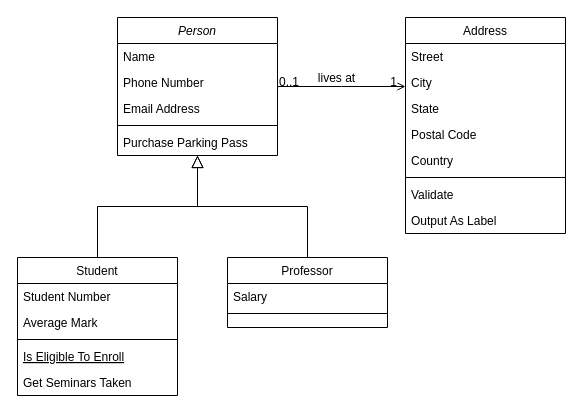
This is Untitled Diagram.drawio from massonrc/Storefront-Project, a draw.io file, before an edit. Source tidied: cells renumbered, new cells numbered last; positions are measured from the earlier drawing's top-left corner, leaving out a move shared by most shapes. Both pictures are drawn from the tidied source at 100%, with x=0, y=0 at pixel (17, 17).
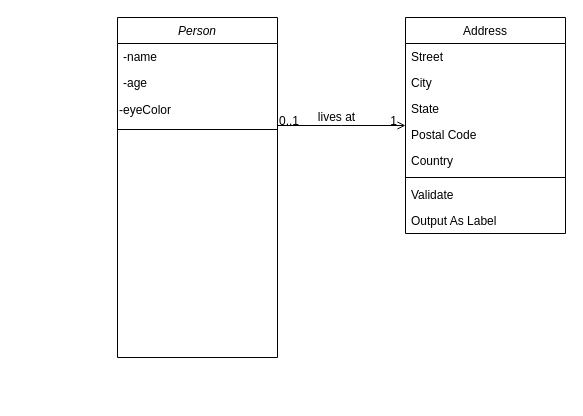
Above is the later version.

Commit message:
Person Class

The edit, as a diff of the source:
```diff
@@
     <mxCell id="2" value="Person" style="swimlane;fontStyle=2;align=center;verticalAlign=top;horizontal=1;startSize=26;rounded=0;shadow=0;strokeWidth=1;" parent="1" vertex="1">
-      <mxGeometry x="100" width="160" height="138" as="geometry" />
+      <mxGeometry x="100" width="160" height="340" as="geometry" />
     </mxCell>
-    <mxCell id="3" value="Name" style="text;align=left;verticalAlign=top;spacingLeft=4;spacingRight=4;overflow=hidden;" parent="2" vertex="1">
+    <mxCell id="3" value="-name" style="text;align=left;verticalAlign=top;spacingLeft=4;spacingRight=4;overflow=hidden;" parent="2" vertex="1">
       <mxGeometry y="26" width="160" height="26" as="geometry" />
     </mxCell>
-    <mxCell id="4" value="Phone Number" style="text;align=left;verticalAlign=top;spacingLeft=4;spacingRight=4;overflow=hidden;rounded=0;shadow=0;html=0;" parent="2" vertex="1">
+    <mxCell id="4" value="-age" style="text;align=left;verticalAlign=top;spacingLeft=4;spacingRight=4;overflow=hidden;rounded=0;shadow=0;html=0;" parent="2" vertex="1">
       <mxGeometry y="52" width="160" height="26" as="geometry" />
     </mxCell>
-    <mxCell id="5" value="Email Address" style="text;align=left;verticalAlign=top;spacingLeft=4;spacingRight=4;overflow=hidden;rounded=0;shadow=0;html=0;" parent="2" vertex="1">
-      <mxGeometry y="78" width="160" height="26" as="geometry" />
-    </mxCell>
+    <mxCell id="32" value="&lt;div align=&quot;left&quot;&gt;-eyeColor&lt;/div&gt;" style="text;strokeColor=none;align=left;fillColor=none;html=1;verticalAlign=middle;whiteSpace=wrap;rounded=0;" parent="2" vertex="1">
+      <mxGeometry y="78" width="160" height="30" as="geometry" />
+    </mxCell>
     <mxCell id="6" style="line;html=1;strokeWidth=1;align=left;verticalAlign=middle;spacingTop=-1;spacingLeft=3;spacingRight=3;labelPosition=right;" parent="2" vertex="1">
-      <mxGeometry y="104" width="160" height="8" as="geometry" />
+      <mxGeometry y="108" width="160" height="8" as="geometry" />
     </mxCell>
-    <mxCell id="7" value="Purchase Parking Pass" style="text;align=left;verticalAlign=top;spacingLeft=4;spacingRight=4;overflow=hidden;" parent="2" vertex="1">
-      <mxGeometry y="112" width="160" height="26" as="geometry" />
-    </mxCell>
-    <mxCell id="8" value="Student" style="swimlane;fontStyle=0;align=center;verticalAlign=top;horizontal=1;startSize=26;rounded=0;shadow=0;strokeWidth=1;" parent="1" vertex="1">
-      <mxGeometry y="240" width="160" height="138" as="geometry" />
-    </mxCell>
-    <mxCell id="9" value="Student Number" style="text;align=left;verticalAlign=top;spacingLeft=4;spacingRight=4;overflow=hidden;" parent="8" vertex="1">
-      <mxGeometry y="26" width="160" height="26" as="geometry" />
-    </mxCell>
-    <mxCell id="10" value="Average Mark" style="text;align=left;verticalAlign=top;spacingLeft=4;spacingRight=4;overflow=hidden;rounded=0;shadow=0;html=0;" parent="8" vertex="1">
-      <mxGeometry y="52" width="160" height="26" as="geometry" />
-    </mxCell>
-    <mxCell id="11" style="line;html=1;strokeWidth=1;align=left;verticalAlign=middle;spacingTop=-1;spacingLeft=3;spacingRight=3;labelPosition=right;" parent="8" vertex="1">
-      <mxGeometry y="78" width="160" height="8" as="geometry" />
-    </mxCell>
-    <mxCell id="12" value="Is Eligible To Enroll" style="text;align=left;verticalAlign=top;spacingLeft=4;spacingRight=4;overflow=hidden;fontStyle=4;" parent="8" vertex="1">
-      <mxGeometry y="86" width="160" height="26" as="geometry" />
-    </mxCell>
-    <mxCell id="13" value="Get Seminars Taken" style="text;align=left;verticalAlign=top;spacingLeft=4;spacingRight=4;overflow=hidden;" parent="8" vertex="1">
-      <mxGeometry y="112" width="160" height="26" as="geometry" />
-    </mxCell>
-    <mxCell id="14" style="endArrow=block;endSize=10;endFill=0;shadow=0;strokeWidth=1;rounded=0;edgeStyle=elbowEdgeStyle;elbow=vertical;" parent="1" edge="1" source="8" target="2">
-      <mxGeometry relative="1" as="geometry" />
-    </mxCell>
-    <mxCell id="15" value="Professor" style="swimlane;fontStyle=0;align=center;verticalAlign=top;horizontal=1;startSize=26;rounded=0;shadow=0;strokeWidth=1;" parent="1" vertex="1">
-      <mxGeometry x="210" y="240" width="160" height="70" as="geometry" />
-    </mxCell>
-    <mxCell id="16" value="Salary" style="text;align=left;verticalAlign=top;spacingLeft=4;spacingRight=4;overflow=hidden;" parent="15" vertex="1">
-      <mxGeometry y="26" width="160" height="26" as="geometry" />
-    </mxCell>
-    <mxCell id="17" style="line;html=1;strokeWidth=1;align=left;verticalAlign=middle;spacingTop=-1;spacingLeft=3;spacingRight=3;labelPosition=right;" parent="15" vertex="1">
-      <mxGeometry y="52" width="160" height="8" as="geometry" />
-    </mxCell>
-    <mxCell id="18" style="endArrow=block;endSize=10;endFill=0;shadow=0;strokeWidth=1;rounded=0;edgeStyle=elbowEdgeStyle;elbow=vertical;" parent="1" edge="1" source="15" target="2">
-      <mxGeometry relative="1" as="geometry" />
-    </mxCell>
```
